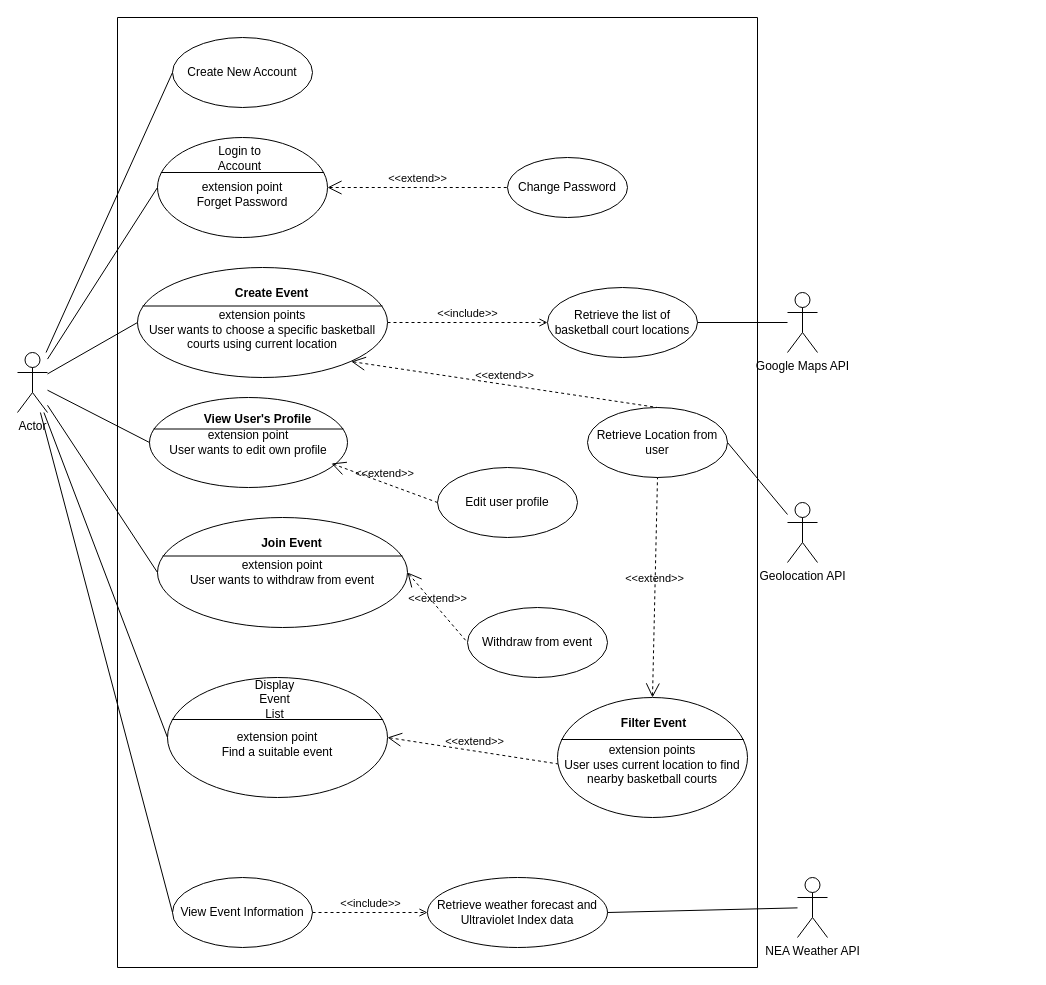
Earlier version of the draw.io diagram Untitled Diagram.drawio (Tinkybala/basket). Source tidied: cells renumbered, new cells numbered last; positions are measured from the earlier drawing's top-left corner, leaving out a move shared by most shapes. Both pictures are drawn from the tidied source at 100%, with x=0, y=0 at pixel (17, 17).
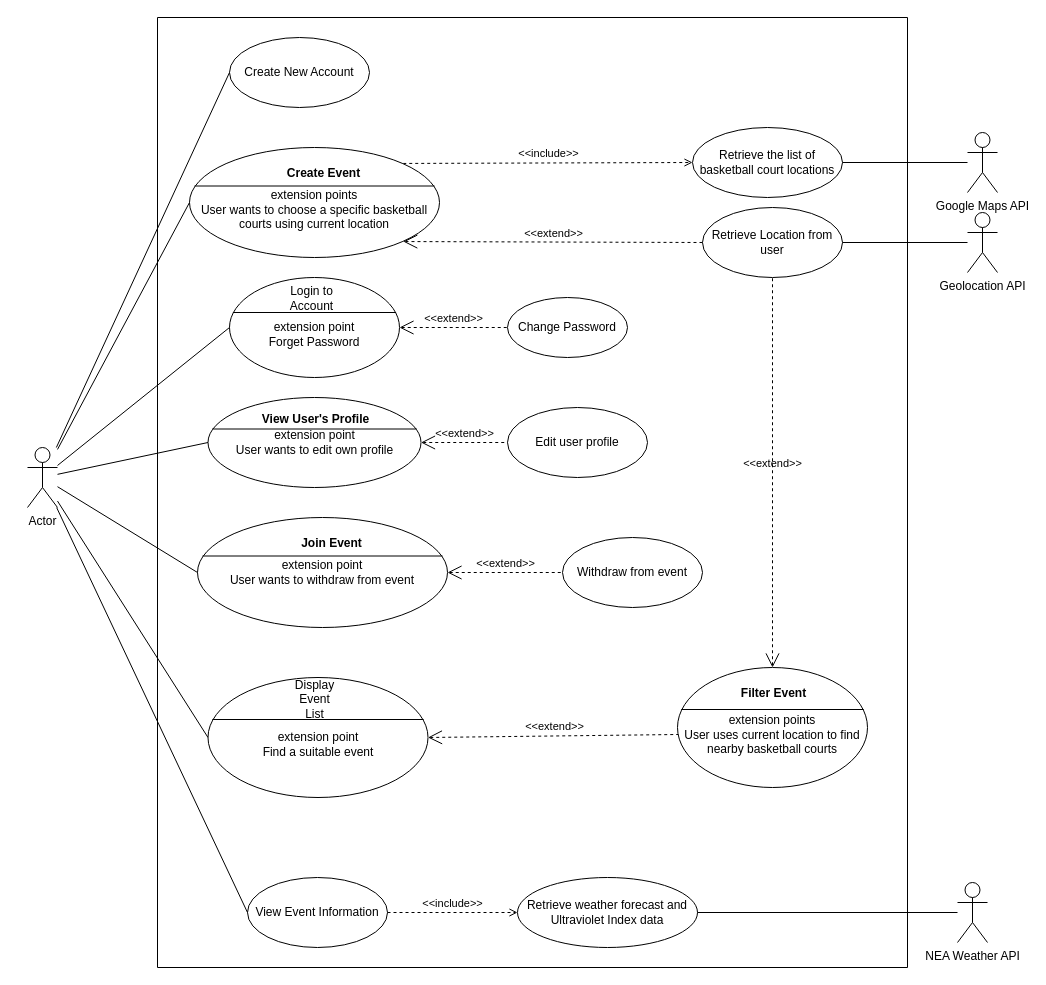
Above is the later version.

The edit, as a diff of the source:
```diff
@@
     <mxCell id="2" value="Actor" style="shape=umlActor;verticalLabelPosition=bottom;verticalAlign=top;html=1;outlineConnect=0;" parent="1" vertex="1">
-      <mxGeometry y="335" width="30" height="60" as="geometry" />
+      <mxGeometry x="10" y="430" width="30" height="60" as="geometry" />
     </mxCell>
     <mxCell id="3" style="swimlane;startSize=0;" parent="1" vertex="1">
-      <mxGeometry x="100" width="640" height="950" as="geometry" />
+      <mxGeometry x="140" width="750" height="950" as="geometry" />
     </mxCell>
     <mxCell id="4" value="Create New Account" style="ellipse;whiteSpace=wrap;html=1;" parent="3" vertex="1">
-      <mxGeometry x="55" y="20" width="140" height="70" as="geometry" />
+      <mxGeometry x="72" y="20" width="140" height="70" as="geometry" />
     </mxCell>
     <mxCell id="5" value="Withdraw from event" style="ellipse;whiteSpace=wrap;html=1;" parent="3" vertex="1">
-      <mxGeometry x="350" y="590" width="140" height="70" as="geometry" />
+      <mxGeometry x="405" y="520" width="140" height="70" as="geometry" />
     </mxCell>
-    <mxCell id="6" value="&lt;br&gt;extension point&lt;br&gt;&lt;div&gt;Forget Password&lt;/div&gt;" style="html=1;shape=mxgraph.sysml.useCaseExtPt;whiteSpace=wrap;align=center;" parent="3" vertex="1">
-      <mxGeometry x="40" y="120" width="170" height="100" as="geometry" />
-    </mxCell>
-    <mxCell id="7" value="&lt;span style=&quot;font-weight: 400; text-wrap: wrap;&quot;&gt;Login to Account&lt;/span&gt;" style="html=1;verticalAlign=middle;align=center;labelBackgroundColor=none;fontStyle=1;" parent="6" vertex="1">
-      <mxGeometry x="85" y="21.2" as="geometry">
-        <mxPoint x="-4" y="-1" as="offset" />
-      </mxGeometry>
-    </mxCell>
     <mxCell id="8" value="&lt;span style=&quot;font-weight: normal;&quot;&gt;Change Password&lt;/span&gt;" style="shape=ellipse;html=1;strokeWidth=1;fontStyle=1;whiteSpace=wrap;align=center;perimeter=ellipsePerimeter;" parent="3" vertex="1">
-      <mxGeometry x="390" y="140" width="120" height="60" as="geometry" />
+      <mxGeometry x="350" y="280" width="120" height="60" as="geometry" />
     </mxCell>
@@
     <mxCell id="11" value="&lt;br&gt;extension point&lt;br&gt;&lt;div&gt;Find a suitable event&lt;/div&gt;" style="html=1;shape=mxgraph.sysml.useCaseExtPt;whiteSpace=wrap;align=center;" parent="3" vertex="1">
-      <mxGeometry x="50" y="660" width="220" height="120" as="geometry" />
+      <mxGeometry x="50.5" y="660" width="220" height="120" as="geometry" />
     </mxCell>
@@
     <mxCell id="13" value="Retrieve Location from user" style="ellipse;whiteSpace=wrap;html=1;" parent="3" vertex="1">
-      <mxGeometry x="470" y="390" width="140" height="70" as="geometry" />
+      <mxGeometry x="545" y="190" width="140" height="70" as="geometry" />
     </mxCell>
     <mxCell id="14" value="Retrieve the list of basketball court locations" style="ellipse;whiteSpace=wrap;html=1;" parent="3" vertex="1">
-      <mxGeometry x="430" y="270" width="150" height="70" as="geometry" />
+      <mxGeometry x="535" y="110" width="150" height="70" as="geometry" />
     </mxCell>
     <mxCell id="15" value="Retrieve weather forecast and Ultraviolet Index data" style="ellipse;whiteSpace=wrap;html=1;" parent="3" vertex="1">
-      <mxGeometry x="310" y="860" width="180" height="70" as="geometry" />
+      <mxGeometry x="360" y="860" width="180" height="70" as="geometry" />
     </mxCell>
     <mxCell id="16" value="View Event Information" style="ellipse;whiteSpace=wrap;html=1;" parent="3" vertex="1">
-      <mxGeometry x="55" y="860" width="140" height="70" as="geometry" />
+      <mxGeometry x="90" y="860" width="140" height="70" as="geometry" />
     </mxCell>
@@
-    <mxCell id="18" value="&amp;lt;&amp;lt;include&amp;gt;&amp;gt;" style="edgeStyle=none;html=1;endArrow=open;verticalAlign=bottom;dashed=1;labelBackgroundColor=none;rounded=0;entryX=0;entryY=0.5;entryDx=0;entryDy=0;exitX=1;exitY=0.5;exitDx=0;exitDy=0;exitPerimeter=0;" parent="3" edge="1" source="22" target="14">
+    <mxCell id="18" value="&amp;lt;&amp;lt;include&amp;gt;&amp;gt;" style="edgeStyle=none;html=1;endArrow=open;verticalAlign=bottom;dashed=1;labelBackgroundColor=none;rounded=0;entryX=0;entryY=0.5;entryDx=0;entryDy=0;exitX=0.855;exitY=0.145;exitDx=0;exitDy=0;exitPerimeter=0;" parent="3" edge="1" source="22" target="14">
       <mxGeometry relative="1" as="geometry" />
     </mxCell>
     <mxCell id="19" value="&lt;br&gt;extension points&lt;br&gt;User uses current location to find nearby basketball courts" style="html=1;shape=mxgraph.sysml.useCaseExtPt;whiteSpace=wrap;align=center;" parent="3" vertex="1">
-      <mxGeometry x="440" y="680" width="190" height="120" as="geometry" />
+      <mxGeometry x="520" y="650" width="190" height="120" as="geometry" />
     </mxCell>
@@
     <mxCell id="22" value="&lt;br&gt;extension points&lt;div&gt;User wants to choose a specific basketball courts using current location&lt;/div&gt;" style="html=1;shape=mxgraph.sysml.useCaseExtPt;whiteSpace=wrap;align=center;" parent="3" vertex="1">
-      <mxGeometry x="20" y="250" width="250" height="110" as="geometry" />
+      <mxGeometry x="32" y="130" width="250" height="110" as="geometry" />
     </mxCell>
@@
-    <mxCell id="24" value="&amp;lt;&amp;lt;extend&amp;gt;&amp;gt;" style="edgeStyle=none;html=1;startArrow=open;endArrow=none;startSize=12;verticalAlign=bottom;dashed=1;labelBackgroundColor=none;rounded=0;entryX=0.5;entryY=0;entryDx=0;entryDy=0;exitX=0.855;exitY=0.855;exitDx=0;exitDy=0;exitPerimeter=0;" parent="3" edge="1" source="22" target="13">
+    <mxCell id="24" value="&amp;lt;&amp;lt;extend&amp;gt;&amp;gt;" style="edgeStyle=none;html=1;startArrow=open;endArrow=none;startSize=12;verticalAlign=bottom;dashed=1;labelBackgroundColor=none;rounded=0;entryX=0;entryY=0.5;entryDx=0;entryDy=0;exitX=0.855;exitY=0.855;exitDx=0;exitDy=0;exitPerimeter=0;" parent="3" edge="1" source="22" target="13">
       <mxGeometry relative="1" as="geometry" />
     </mxCell>
@@
     <mxCell id="27" value="extension point&lt;div style=&quot;line-height: 120%;&quot;&gt;User wants to edit own profile&lt;/div&gt;" style="html=1;shape=mxgraph.sysml.useCaseExtPt;whiteSpace=wrap;align=center;" parent="3" vertex="1">
-      <mxGeometry x="32" y="380" width="198" height="90" as="geometry" />
+      <mxGeometry x="50.5" y="380" width="213" height="90" as="geometry" />
     </mxCell>
@@
     <mxCell id="29" value="Edit user profile" style="ellipse;whiteSpace=wrap;html=1;" parent="3" vertex="1">
-      <mxGeometry x="320" y="450" width="140" height="70" as="geometry" />
+      <mxGeometry x="350" y="390" width="140" height="70" as="geometry" />
     </mxCell>
-    <mxCell id="30" value="&amp;lt;&amp;lt;extend&amp;gt;&amp;gt;" style="edgeStyle=none;html=1;startArrow=open;endArrow=none;startSize=12;verticalAlign=bottom;dashed=1;labelBackgroundColor=none;rounded=0;entryX=0;entryY=0.5;entryDx=0;entryDy=0;exitX=0.919;exitY=0.733;exitDx=0;exitDy=0;exitPerimeter=0;" parent="3" edge="1" source="27" target="29">
+    <mxCell id="30" value="&amp;lt;&amp;lt;extend&amp;gt;&amp;gt;" style="edgeStyle=none;html=1;startArrow=open;endArrow=none;startSize=12;verticalAlign=bottom;dashed=1;labelBackgroundColor=none;rounded=0;entryX=0;entryY=0.5;entryDx=0;entryDy=0;exitX=1;exitY=0.5;exitDx=0;exitDy=0;exitPerimeter=0;" parent="3" edge="1" source="27" target="29">
       <mxGeometry relative="1" as="geometry" />
     </mxCell>
@@
+    <mxCell id="6" value="&lt;br&gt;extension point&lt;br&gt;&lt;div&gt;Forget Password&lt;/div&gt;" style="html=1;shape=mxgraph.sysml.useCaseExtPt;whiteSpace=wrap;align=center;" parent="3" vertex="1">
+      <mxGeometry x="72" y="260" width="170" height="100" as="geometry" />
+    </mxCell>
+    <mxCell id="7" value="&lt;span style=&quot;font-weight: 400; text-wrap: wrap;&quot;&gt;Login to Account&lt;/span&gt;" style="html=1;verticalAlign=middle;align=center;labelBackgroundColor=none;fontStyle=1;" parent="6" vertex="1">
+      <mxGeometry x="85" y="21.2" as="geometry">
+        <mxPoint x="-4" y="-1" as="offset" />
+      </mxGeometry>
+    </mxCell>
@@
     <mxCell id="38" value="Geolocation API" style="shape=umlActor;verticalLabelPosition=bottom;verticalAlign=top;html=1;" parent="1" vertex="1">
-      <mxGeometry x="770" y="485" width="30" height="60" as="geometry" />
+      <mxGeometry x="950" y="195" width="30" height="60" as="geometry" />
     </mxCell>
@@
     <mxCell id="40" value="Google Maps API" style="shape=umlActor;html=1;verticalLabelPosition=bottom;verticalAlign=top;align=center;" parent="1" vertex="1">
-      <mxGeometry x="770" y="275" width="30" height="60" as="geometry" />
+      <mxGeometry x="950" y="115" width="30" height="60" as="geometry" />
     </mxCell>
     <mxCell id="41" value="NEA Weather API" style="shape=umlActor;html=1;verticalLabelPosition=bottom;verticalAlign=top;align=center;" parent="1" vertex="1">
-      <mxGeometry x="780" y="860" width="30" height="60" as="geometry" />
+      <mxGeometry x="940" y="865" width="30" height="60" as="geometry" />
     </mxCell>
```
